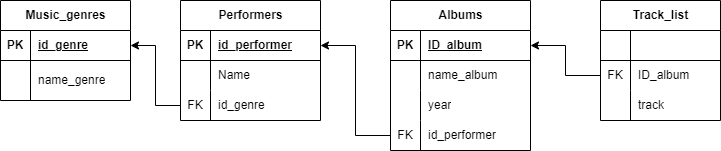
This is Diagramma.png from OXIFOXI81/PNG, a draw.io export, as it was before one commit. Source tidied: cells renumbered, new cells last; positions are measured from the earlier drawing's top-left corner, leaving out a move shared by most shapes.
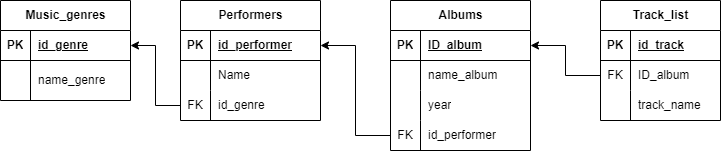
Above is the later version.

Diff of the diagram source:
```diff
@@ -98,10 +98,10 @@
     <mxCell id="33" style="shape=tableRow;horizontal=0;startSize=0;swimlaneHead=0;swimlaneBody=0;fillColor=none;top=0;left=0;right=0;bottom=1;" parent="32" vertex="1">
       <mxGeometry y="30" width="120" height="30" as="geometry" />
     </mxCell>
-    <mxCell id="34" style="shape=partialRectangle;fillColor=none;top=0;left=0;bottom=0;right=0;fontStyle=1;overflow=hidden;whiteSpace=wrap;html=1;" parent="33" vertex="1">
+    <mxCell id="34" value="PK" style="shape=partialRectangle;fillColor=none;top=0;left=0;bottom=0;right=0;fontStyle=1;overflow=hidden;whiteSpace=wrap;html=1;" parent="33" vertex="1">
       <mxGeometry width="30" height="30" as="geometry" />
     </mxCell>
-    <mxCell id="35" style="shape=partialRectangle;fillColor=none;top=0;left=0;bottom=0;right=0;align=left;spacingLeft=6;fontStyle=5;overflow=hidden;whiteSpace=wrap;html=1;" parent="33" vertex="1">
+    <mxCell id="35" value="id_track" style="shape=partialRectangle;fillColor=none;top=0;left=0;bottom=0;right=0;align=left;spacingLeft=6;fontStyle=5;overflow=hidden;whiteSpace=wrap;html=1;" parent="33" vertex="1">
       <mxGeometry x="30" width="90" height="30" as="geometry" />
     </mxCell>
     <mxCell id="36" style="shape=tableRow;horizontal=0;startSize=0;swimlaneHead=0;swimlaneBody=0;fillColor=none;points=[[0,0.5],[1,0.5]];portConstraint=eastwest;top=0;left=0;right=0;bottom=0;" parent="32" vertex="1">
@@ -119,7 +119,7 @@
     <mxCell id="40" style="shape=partialRectangle;fillColor=none;top=0;left=0;bottom=0;right=0;overflow=hidden;whiteSpace=wrap;html=1;" parent="39" vertex="1">
       <mxGeometry width="30" height="30" as="geometry" />
     </mxCell>
-    <mxCell id="41" value="track" style="shape=partialRectangle;fillColor=none;top=0;left=0;bottom=0;right=0;align=left;spacingLeft=6;overflow=hidden;whiteSpace=wrap;html=1;" parent="39" vertex="1">
+    <mxCell id="41" value="track_name" style="shape=partialRectangle;fillColor=none;top=0;left=0;bottom=0;right=0;align=left;spacingLeft=6;overflow=hidden;whiteSpace=wrap;html=1;" parent="39" vertex="1">
       <mxGeometry x="30" width="90" height="30" as="geometry" />
     </mxCell>
     <mxCell id="42" style="edgeStyle=orthogonalEdgeStyle;rounded=0;jettySize=auto;html=1;exitX=0;exitY=0.5;exitDx=0;exitDy=0;entryX=1;entryY=0.5;entryDx=0;entryDy=0;" parent="1" edge="1" source="9" target="13">
```
